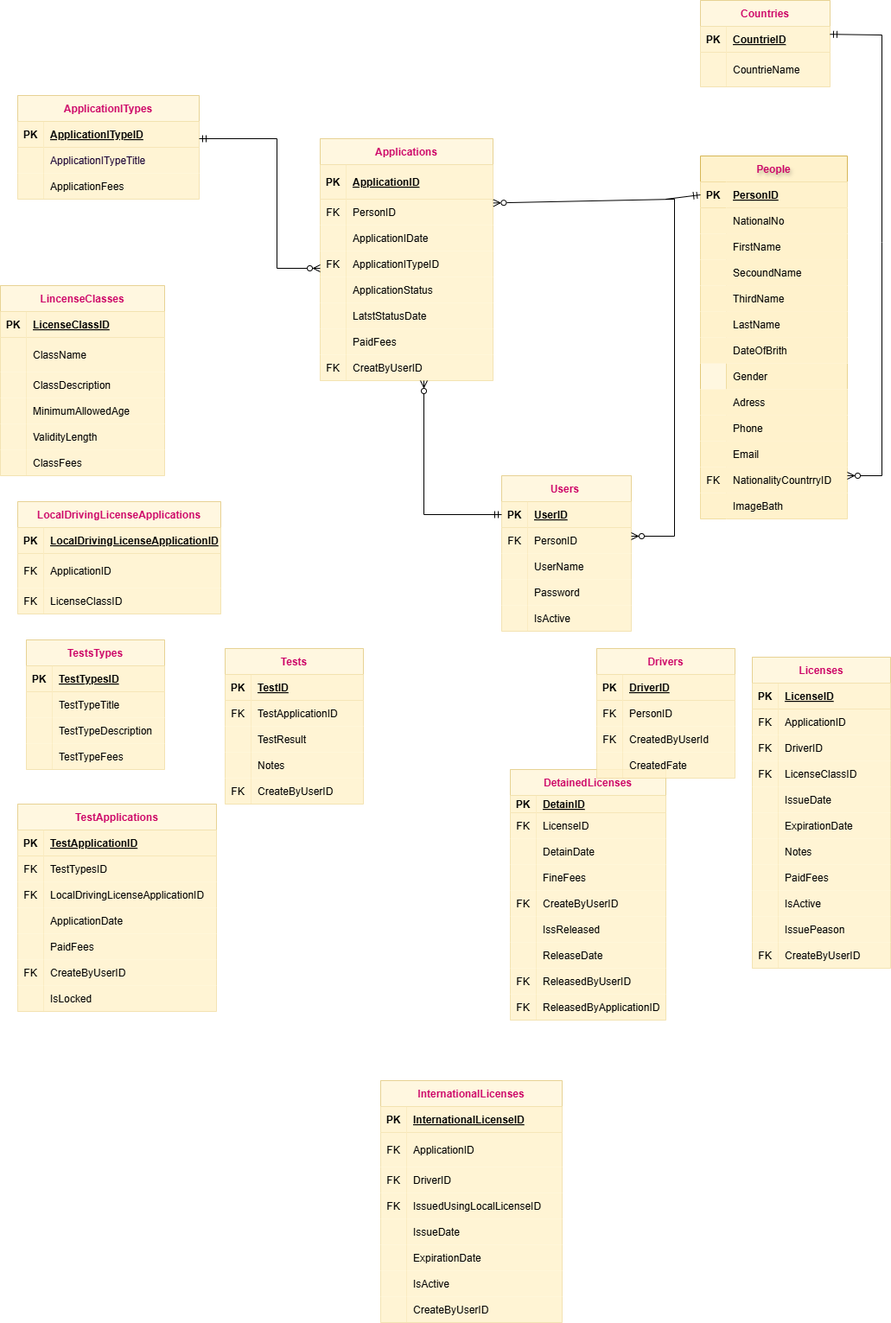
azizadiab/Driving-License-Department keeps this draw.io diagram as Untitled Diagram.drawio.png. Above is the earlier version. Source tidied: cells renumbered, new cells last; positions are measured from the earlier drawing's top-left corner, leaving out a move shared by most shapes.
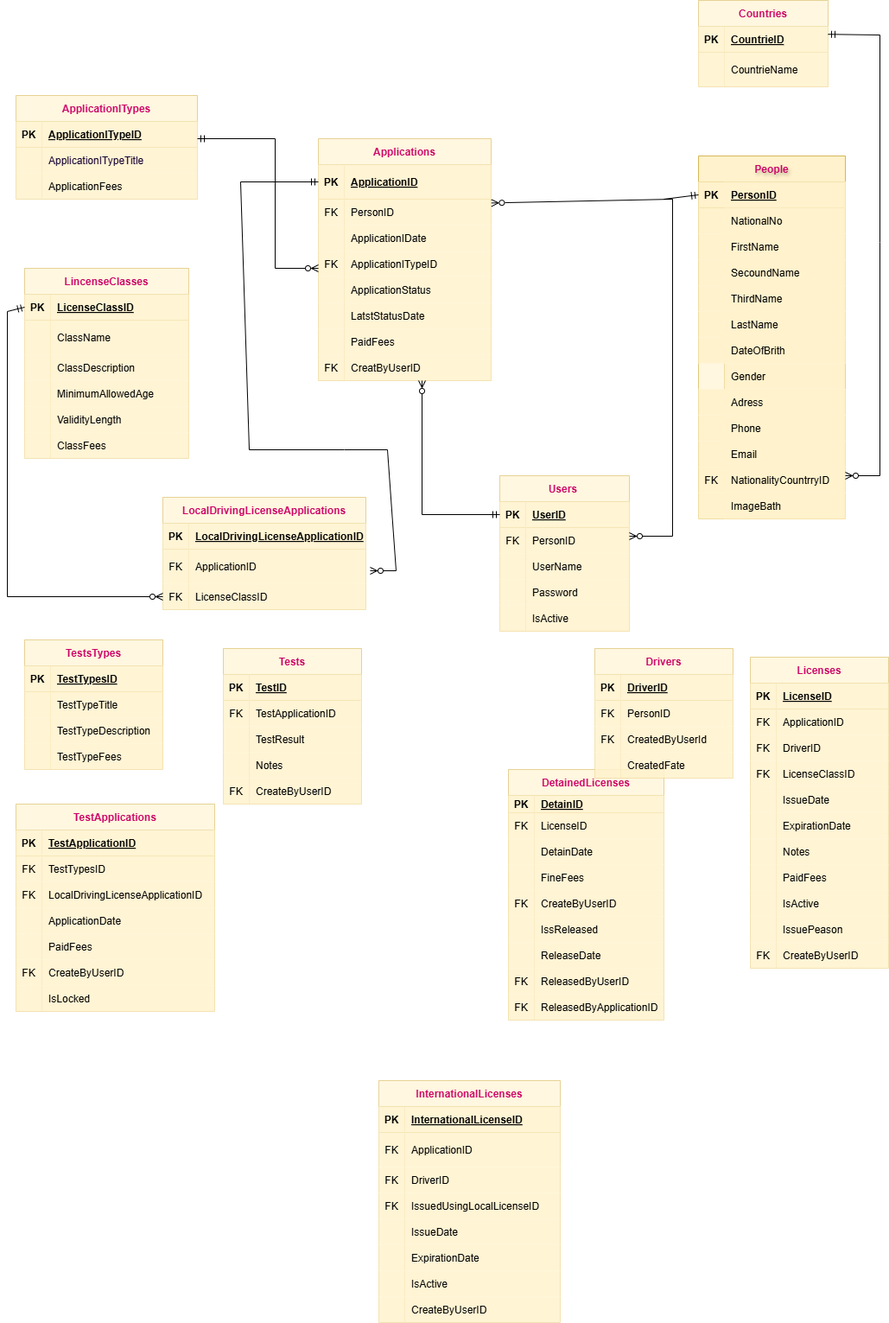
Later version of the same file.

Diff of the diagram source:
```diff
@@ -465,7 +465,7 @@
       <mxGeometry x="30" width="150" height="30" as="geometry" />
     </mxCell>
     <mxCell id="156" value="LincenseClasses" style="shape=table;startSize=30;rowLines=0;fontStyle=1;align=center;opacity=60;fillColor=#fff2cc;strokeColor=#d6b656;fontColor=#CC0066;" parent="1" vertex="1">
-      <mxGeometry y="330" width="190" height="220" as="geometry" />
+      <mxGeometry x="30" y="310" width="190" height="220" as="geometry" />
     </mxCell>
     <mxCell id="157" style="shape=partialRectangle;fillColor=#fff2cc;points=[[0,0.5],[1,0.5]];portConstraint=eastwest;top=0;left=0;right=0;bottom=1;opacity=60;strokeColor=#d6b656;" parent="156" vertex="1">
       <mxGeometry y="30" width="190" height="30" as="geometry" />
@@ -663,7 +663,7 @@
       <mxGeometry x="30" width="130" height="30" as="geometry" />
     </mxCell>
     <mxCell id="222" value="LocalDrivingLicenseApplications" style="shape=table;startSize=30;rowLines=0;fontStyle=1;align=center;opacity=60;fillColor=#fff2cc;strokeColor=#d6b656;fontColor=#CC0066;" parent="1" vertex="1">
-      <mxGeometry x="20" y="580" width="235" height="130" as="geometry" />
+      <mxGeometry x="190" y="575" width="235" height="130" as="geometry" />
     </mxCell>
     <mxCell id="223" style="shape=partialRectangle;fillColor=#fff2cc;top=0;left=0;right=0;bottom=1;opacity=60;strokeColor=#d6b656;" parent="222" vertex="1">
       <mxGeometry y="30" width="235" height="30" as="geometry" />
@@ -879,5 +879,25 @@
         </Array>
       </mxGeometry>
     </mxCell>
+    <mxCell id="285" style="endArrow=ERzeroToMany;html=1;rounded=0;exitX=0;exitY=0.5;exitDx=0;exitDy=0;entryX=0;entryY=0.5;entryDx=0;entryDy=0;startArrow=ERmandOne;startFill=0;endFill=0;" parent="1" edge="1" source="157" target="229">
+      <mxGeometry relative="1" as="geometry">
+        <Array as="points">
+          <mxPoint x="10" y="360" />
+          <mxPoint x="10" y="690" />
+        </Array>
+      </mxGeometry>
+    </mxCell>
+    <mxCell id="286" style="endArrow=ERmandOne;html=1;rounded=0;entryX=0;entryY=0.5;entryDx=0;entryDy=0;startArrow=ERzeroToMany;startFill=0;endFill=0;" parent="1" edge="1" target="3">
+      <mxGeometry relative="1" as="geometry">
+        <mxPoint x="430" y="660" as="sourcePoint" />
+        <Array as="points">
+          <mxPoint x="460" y="660" />
+          <mxPoint x="450" y="520" />
+          <mxPoint x="400" y="520" />
+          <mxPoint x="290" y="520" />
+          <mxPoint x="280" y="210" />
+        </Array>
+      </mxGeometry>
+    </mxCell>
   </root>
 </mxGraphModel>
```
